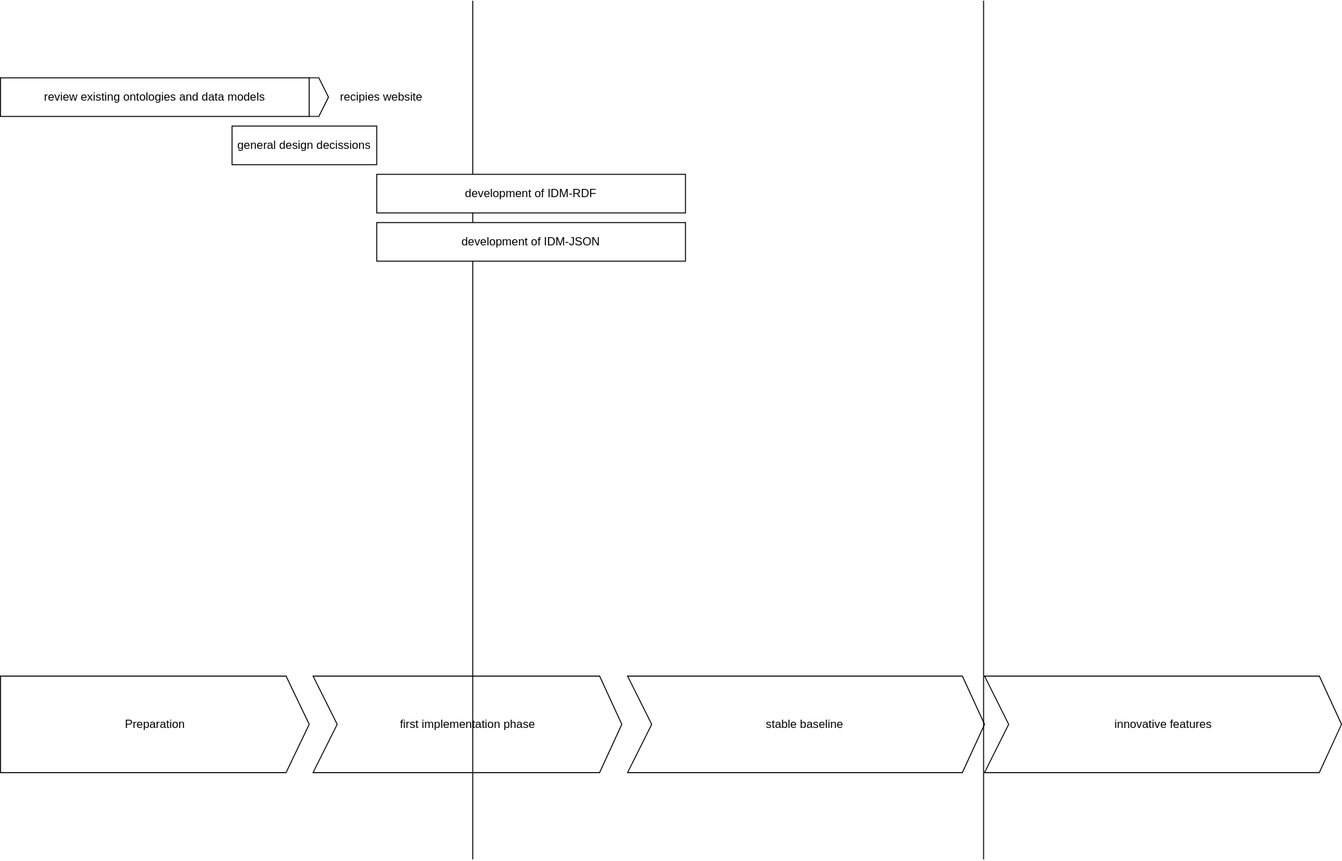
sennierer/intavia-review-meeting-2022 keeps this draw.io diagram as images/wp3_timeline.drawio.svg. Above is the earlier version. Source tidied: cells renumbered, new cells last; positions are measured from the earlier drawing's top-left corner, leaving out a move shared by most shapes. Source of this version:
```xml
<mxGraphModel>
  <root>
    <mxCell id="0" />
    <mxCell id="1" parent="0" />
    <mxCell id="2" value="Preparation" style="html=1;shadow=0;dashed=0;align=center;verticalAlign=middle;shape=mxgraph.arrows2.arrow;dy=0;dx=24;notch=0;" parent="1" vertex="1">
      <mxGeometry y="700" width="320" height="100" as="geometry" />
    </mxCell>
    <mxCell id="3" value="first implementation phase" style="html=1;shadow=0;dashed=0;align=center;verticalAlign=middle;shape=mxgraph.arrows2.arrow;dy=0;dx=23;notch=25;" parent="1" vertex="1">
      <mxGeometry x="324" y="700" width="320" height="100" as="geometry" />
    </mxCell>
    <mxCell id="4" value="stable baseline&lt;span style=&quot;color: rgba(0 , 0 , 0 , 0) ; font-family: monospace ; font-size: 0px&quot;&gt;%3CmxGraphModel%3E%3Croot%3E%3CmxCell%20id%3D%220%22%2F%3E%3CmxCell%20id%3D%221%22%20parent%3D%220%22%2F%3E%3CmxCell%20id%3D%222%22%20value%3D%22%22%20style%3D%22html%3D1%3Bshadow%3D0%3Bdashed%3D0%3Balign%3Dcenter%3BverticalAlign%3Dmiddle%3Bshape%3Dmxgraph.arrows2.arrow%3Bdy%3D0%3Bdx%3D23%3Bnotch%3D25%3B%22%20vertex%3D%221%22%20parent%3D%221%22%3E%3CmxGeometry%20x%3D%22370%22%20y%3D%22700%22%20width%3D%22180%22%20height%3D%22100%22%20as%3D%22geometry%22%2F%3E%3C%2FmxCell%3E%3C%2Froot%3E%3C%2FmxGraphModel%3E&lt;/span&gt;" style="html=1;shadow=0;dashed=0;align=center;verticalAlign=middle;shape=mxgraph.arrows2.arrow;dy=0;dx=23;notch=25;" parent="1" vertex="1">
      <mxGeometry x="650" y="700" width="370" height="100" as="geometry" />
    </mxCell>
    <mxCell id="5" value="innovative features" style="html=1;shadow=0;dashed=0;align=center;verticalAlign=middle;shape=mxgraph.arrows2.arrow;dy=0;dx=23;notch=25;" parent="1" vertex="1">
      <mxGeometry x="1020" y="700" width="370" height="100" as="geometry" />
    </mxCell>
    <mxCell id="6" style="endArrow=none;html=1;" parent="1" edge="1">
      <mxGeometry relative="1" as="geometry">
        <mxPoint x="489.5" y="890" as="sourcePoint" />
        <mxPoint x="489.5" as="targetPoint" />
      </mxGeometry>
    </mxCell>
    <mxCell id="7" style="endArrow=none;html=1;" parent="1" edge="1">
      <mxGeometry relative="1" as="geometry">
        <mxPoint x="1019" y="890" as="sourcePoint" />
        <mxPoint x="1019" as="targetPoint" />
      </mxGeometry>
    </mxCell>
    <mxCell id="8" value="review existing ontologies and data models" style="rounded=0;whiteSpace=wrap;html=1;" parent="1" vertex="1">
      <mxGeometry y="80" width="320" height="40" as="geometry" />
    </mxCell>
    <mxCell id="9" value="general design decissions" style="rounded=0;whiteSpace=wrap;html=1;" parent="1" vertex="1">
      <mxGeometry x="240" y="130" width="150" height="40" as="geometry" />
    </mxCell>
    <mxCell id="10" value="development of IDM-RDF" style="rounded=0;whiteSpace=wrap;html=1;" parent="1" vertex="1">
      <mxGeometry x="390" y="180" width="320" height="40" as="geometry" />
    </mxCell>
    <mxCell id="11" value="development of IDM-JSON" style="rounded=0;whiteSpace=wrap;html=1;" parent="1" vertex="1">
      <mxGeometry x="390" y="230" width="320" height="40" as="geometry" />
    </mxCell>
    <mxCell id="12" style="html=1;shadow=0;dashed=0;align=center;verticalAlign=middle;shape=mxgraph.arrows2.arrow;dy=0;dx=10;notch=0;" parent="1" vertex="1">
      <mxGeometry x="320" y="80" width="20" height="40" as="geometry" />
    </mxCell>
    <mxCell id="13" value="recipies website" style="text;html=1;strokeColor=none;fillColor=none;align=center;verticalAlign=middle;whiteSpace=wrap;rounded=0;" parent="1" vertex="1">
      <mxGeometry x="340" y="85" width="110" height="30" as="geometry" />
    </mxCell>
  </root>
</mxGraphModel>
```
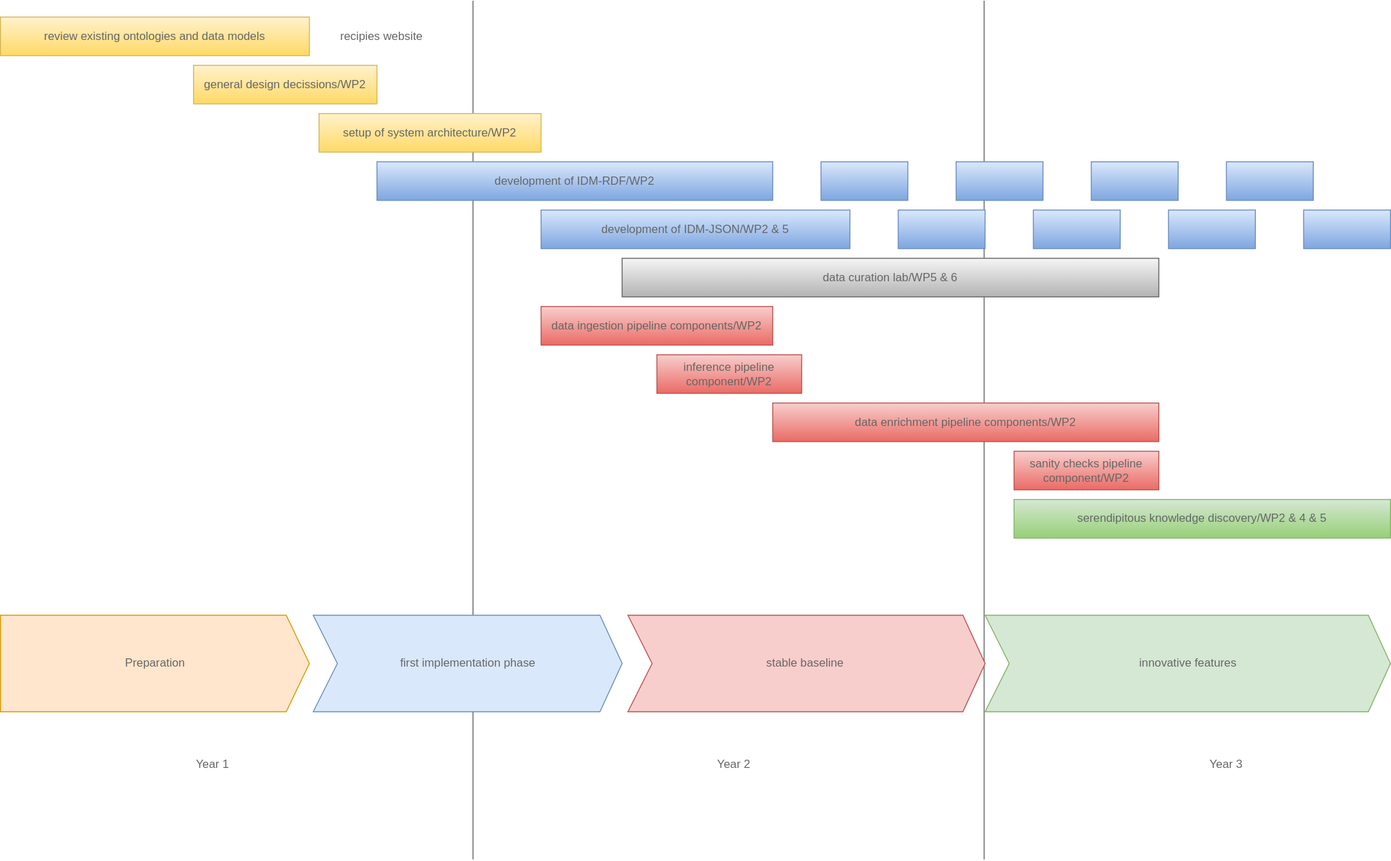
The same diagram one commit later.

Commit message:
added a gantt chart

Diff of the diagram source:
```diff
@@ -2,47 +2,98 @@
   <root>
     <mxCell id="0" />
     <mxCell id="1" parent="0" />
+    <mxCell id="6" style="endArrow=none;html=1;strokeColor=#666666;" parent="1" edge="1">
+      <mxGeometry relative="1" as="geometry">
+        <mxPoint x="489.5" y="953" as="sourcePoint" />
+        <mxPoint x="489.5" y="63" as="targetPoint" />
+      </mxGeometry>
+    </mxCell>
+    <mxCell id="7" style="endArrow=none;html=1;strokeColor=#666666;" parent="1" edge="1">
+      <mxGeometry relative="1" as="geometry">
+        <mxPoint x="1019" y="953" as="sourcePoint" />
+        <mxPoint x="1019" y="63" as="targetPoint" />
+      </mxGeometry>
+    </mxCell>
-    <mxCell id="2" value="Preparation" style="html=1;shadow=0;dashed=0;align=center;verticalAlign=middle;shape=mxgraph.arrows2.arrow;dy=0;dx=24;notch=0;" parent="1" vertex="1">
+    <mxCell id="2" value="Preparation" style="html=1;shadow=0;dashed=0;align=center;verticalAlign=middle;shape=mxgraph.arrows2.arrow;dy=0;dx=24;notch=0;fillColor=#ffe6cc;strokeColor=#d79b00;fontColor=#666666;" parent="1" vertex="1">
       <mxGeometry y="700" width="320" height="100" as="geometry" />
     </mxCell>
-    <mxCell id="3" value="first implementation phase" style="html=1;shadow=0;dashed=0;align=center;verticalAlign=middle;shape=mxgraph.arrows2.arrow;dy=0;dx=23;notch=25;" parent="1" vertex="1">
+    <mxCell id="3" value="first implementation phase" style="html=1;shadow=0;dashed=0;align=center;verticalAlign=middle;shape=mxgraph.arrows2.arrow;dy=0;dx=23;notch=25;fillColor=#dae8fc;strokeColor=#6c8ebf;fontColor=#666666;" parent="1" vertex="1">
       <mxGeometry x="324" y="700" width="320" height="100" as="geometry" />
     </mxCell>
-    <mxCell id="4" value="stable baseline&lt;span style=&quot;color: rgba(0 , 0 , 0 , 0) ; font-family: monospace ; font-size: 0px&quot;&gt;%3CmxGraphModel%3E%3Croot%3E%3CmxCell%20id%3D%220%22%2F%3E%3CmxCell%20id%3D%221%22%20parent%3D%220%22%2F%3E%3CmxCell%20id%3D%222%22%20value%3D%22%22%20style%3D%22html%3D1%3Bshadow%3D0%3Bdashed%3D0%3Balign%3Dcenter%3BverticalAlign%3Dmiddle%3Bshape%3Dmxgraph.arrows2.arrow%3Bdy%3D0%3Bdx%3D23%3Bnotch%3D25%3B%22%20vertex%3D%221%22%20parent%3D%221%22%3E%3CmxGeometry%20x%3D%22370%22%20y%3D%22700%22%20width%3D%22180%22%20height%3D%22100%22%20as%3D%22geometry%22%2F%3E%3C%2FmxCell%3E%3C%2Froot%3E%3C%2FmxGraphModel%3E&lt;/span&gt;" style="html=1;shadow=0;dashed=0;align=center;verticalAlign=middle;shape=mxgraph.arrows2.arrow;dy=0;dx=23;notch=25;" parent="1" vertex="1">
+    <mxCell id="4" value="stable baseline&lt;span style=&quot;font-family: monospace; font-size: 0px;&quot;&gt;%3CmxGraphModel%3E%3Croot%3E%3CmxCell%20id%3D%220%22%2F%3E%3CmxCell%20id%3D%221%22%20parent%3D%220%22%2F%3E%3CmxCell%20id%3D%222%22%20value%3D%22%22%20style%3D%22html%3D1%3Bshadow%3D0%3Bdashed%3D0%3Balign%3Dcenter%3BverticalAlign%3Dmiddle%3Bshape%3Dmxgraph.arrows2.arrow%3Bdy%3D0%3Bdx%3D23%3Bnotch%3D25%3B%22%20vertex%3D%221%22%20parent%3D%221%22%3E%3CmxGeometry%20x%3D%22370%22%20y%3D%22700%22%20width%3D%22180%22%20height%3D%22100%22%20as%3D%22geometry%22%2F%3E%3C%2FmxCell%3E%3C%2Froot%3E%3C%2FmxGraphModel%3E&lt;/span&gt;" style="html=1;shadow=0;dashed=0;align=center;verticalAlign=middle;shape=mxgraph.arrows2.arrow;dy=0;dx=23;notch=25;fillColor=#f8cecc;strokeColor=#b85450;fontColor=#666666;" parent="1" vertex="1">
       <mxGeometry x="650" y="700" width="370" height="100" as="geometry" />
     </mxCell>
-    <mxCell id="5" value="innovative features" style="html=1;shadow=0;dashed=0;align=center;verticalAlign=middle;shape=mxgraph.arrows2.arrow;dy=0;dx=23;notch=25;" parent="1" vertex="1">
-      <mxGeometry x="1020" y="700" width="370" height="100" as="geometry" />
+    <mxCell id="5" value="innovative features" style="html=1;shadow=0;dashed=0;align=center;verticalAlign=middle;shape=mxgraph.arrows2.arrow;dy=0;dx=23;notch=25;fillColor=#d5e8d4;strokeColor=#82b366;fontColor=#666666;" parent="1" vertex="1">
+      <mxGeometry x="1020" y="700" width="420" height="100" as="geometry" />
     </mxCell>
-    <mxCell id="6" style="endArrow=none;html=1;" parent="1" edge="1">
-      <mxGeometry relative="1" as="geometry">
-        <mxPoint x="489.5" y="890" as="sourcePoint" />
-        <mxPoint x="489.5" as="targetPoint" />
-      </mxGeometry>
-    </mxCell>
-    <mxCell id="7" style="endArrow=none;html=1;" parent="1" edge="1">
-      <mxGeometry relative="1" as="geometry">
-        <mxPoint x="1019" y="890" as="sourcePoint" />
-        <mxPoint x="1019" as="targetPoint" />
-      </mxGeometry>
-    </mxCell>
-    <mxCell id="8" value="review existing ontologies and data models" style="rounded=0;whiteSpace=wrap;html=1;" parent="1" vertex="1">
+    <mxCell id="8" value="review existing ontologies and data models" style="rounded=0;whiteSpace=wrap;html=1;fillColor=#fff2cc;gradientColor=#ffd966;strokeColor=#d6b656;fontColor=#666666;" parent="1" vertex="1">
       <mxGeometry y="80" width="320" height="40" as="geometry" />
     </mxCell>
-    <mxCell id="9" value="general design decissions" style="rounded=0;whiteSpace=wrap;html=1;" parent="1" vertex="1">
-      <mxGeometry x="240" y="130" width="150" height="40" as="geometry" />
+    <mxCell id="9" value="general design decissions/WP2" style="rounded=0;whiteSpace=wrap;html=1;fillColor=#fff2cc;gradientColor=#ffd966;strokeColor=#d6b656;fontColor=#666666;" parent="1" vertex="1">
+      <mxGeometry x="200" y="130" width="190" height="40" as="geometry" />
     </mxCell>
-    <mxCell id="10" value="development of IDM-RDF" style="rounded=0;whiteSpace=wrap;html=1;" parent="1" vertex="1">
-      <mxGeometry x="390" y="180" width="320" height="40" as="geometry" />
+    <mxCell id="10" value="development of IDM-RDF/WP2" style="rounded=0;whiteSpace=wrap;html=1;fillColor=#dae8fc;gradientColor=#7ea6e0;strokeColor=#6c8ebf;fontColor=#666666;" parent="1" vertex="1">
+      <mxGeometry x="390" y="230" width="410" height="40" as="geometry" />
     </mxCell>
-    <mxCell id="11" value="development of IDM-JSON" style="rounded=0;whiteSpace=wrap;html=1;" parent="1" vertex="1">
-      <mxGeometry x="390" y="230" width="320" height="40" as="geometry" />
+    <mxCell id="11" value="development of IDM-JSON/WP2 &amp;amp; 5" style="rounded=0;whiteSpace=wrap;html=1;fillColor=#dae8fc;gradientColor=#7ea6e0;strokeColor=#6c8ebf;fontColor=#666666;" parent="1" vertex="1">
+      <mxGeometry x="560" y="280" width="320" height="40" as="geometry" />
     </mxCell>
-    <mxCell id="12" style="html=1;shadow=0;dashed=0;align=center;verticalAlign=middle;shape=mxgraph.arrows2.arrow;dy=0;dx=10;notch=0;" parent="1" vertex="1">
-      <mxGeometry x="320" y="80" width="20" height="40" as="geometry" />
-    </mxCell>
-    <mxCell id="13" value="recipies website" style="text;html=1;strokeColor=none;fillColor=none;align=center;verticalAlign=middle;whiteSpace=wrap;rounded=0;" parent="1" vertex="1">
+    <mxCell id="13" value="recipies website" style="text;html=1;strokeColor=none;fillColor=none;align=center;verticalAlign=middle;whiteSpace=wrap;rounded=0;fontColor=#666666;" parent="1" vertex="1">
       <mxGeometry x="340" y="85" width="110" height="30" as="geometry" />
     </mxCell>
+    <mxCell id="14" value="setup of system architecture/WP2" style="rounded=0;whiteSpace=wrap;html=1;fillColor=#fff2cc;gradientColor=#ffd966;strokeColor=#d6b656;fontColor=#666666;" parent="1" vertex="1">
+      <mxGeometry x="330" y="180" width="230" height="40" as="geometry" />
+    </mxCell>
+    <mxCell id="15" style="rounded=0;whiteSpace=wrap;html=1;fillColor=#dae8fc;gradientColor=#7ea6e0;strokeColor=#6c8ebf;fontColor=#666666;" parent="1" vertex="1">
+      <mxGeometry x="850" y="230" width="90" height="40" as="geometry" />
+    </mxCell>
+    <mxCell id="16" style="rounded=0;whiteSpace=wrap;html=1;fillColor=#dae8fc;gradientColor=#7ea6e0;strokeColor=#6c8ebf;fontColor=#666666;" parent="1" vertex="1">
+      <mxGeometry x="990" y="230" width="90" height="40" as="geometry" />
+    </mxCell>
+    <mxCell id="17" style="rounded=0;whiteSpace=wrap;html=1;fillColor=#dae8fc;gradientColor=#7ea6e0;strokeColor=#6c8ebf;fontColor=#666666;" parent="1" vertex="1">
+      <mxGeometry x="1130" y="230" width="90" height="40" as="geometry" />
+    </mxCell>
+    <mxCell id="18" style="rounded=0;whiteSpace=wrap;html=1;fillColor=#dae8fc;gradientColor=#7ea6e0;strokeColor=#6c8ebf;fontColor=#666666;" parent="1" vertex="1">
+      <mxGeometry x="1270" y="230" width="90" height="40" as="geometry" />
+    </mxCell>
+    <mxCell id="19" style="rounded=0;whiteSpace=wrap;html=1;fillColor=#dae8fc;gradientColor=#7ea6e0;strokeColor=#6c8ebf;fontColor=#666666;" parent="1" vertex="1">
+      <mxGeometry x="930" y="280" width="90" height="40" as="geometry" />
+    </mxCell>
+    <mxCell id="20" style="rounded=0;whiteSpace=wrap;html=1;fillColor=#dae8fc;gradientColor=#7ea6e0;strokeColor=#6c8ebf;fontColor=#666666;" parent="1" vertex="1">
+      <mxGeometry x="1070" y="280" width="90" height="40" as="geometry" />
+    </mxCell>
+    <mxCell id="21" style="rounded=0;whiteSpace=wrap;html=1;fillColor=#dae8fc;gradientColor=#7ea6e0;strokeColor=#6c8ebf;fontColor=#666666;" parent="1" vertex="1">
+      <mxGeometry x="1210" y="280" width="90" height="40" as="geometry" />
+    </mxCell>
+    <mxCell id="22" style="rounded=0;whiteSpace=wrap;html=1;fillColor=#dae8fc;gradientColor=#7ea6e0;strokeColor=#6c8ebf;fontColor=#666666;" parent="1" vertex="1">
+      <mxGeometry x="1350" y="280" width="90" height="40" as="geometry" />
+    </mxCell>
+    <mxCell id="23" value="data curation lab/WP5 &amp;amp; 6" style="rounded=0;whiteSpace=wrap;html=1;fillColor=#f5f5f5;gradientColor=#b3b3b3;strokeColor=#666666;fontColor=#666666;" parent="1" vertex="1">
+      <mxGeometry x="644" y="330" width="556" height="40" as="geometry" />
+    </mxCell>
+    <mxCell id="24" value="data ingestion pipeline components/WP2" style="rounded=0;whiteSpace=wrap;html=1;fillColor=#f8cecc;gradientColor=#ea6b66;strokeColor=#b85450;fontColor=#666666;" parent="1" vertex="1">
+      <mxGeometry x="560" y="380" width="240" height="40" as="geometry" />
+    </mxCell>
+    <mxCell id="25" value="inference pipeline component/WP2" style="rounded=0;whiteSpace=wrap;html=1;fillColor=#f8cecc;gradientColor=#ea6b66;strokeColor=#b85450;fontColor=#666666;" parent="1" vertex="1">
+      <mxGeometry x="680" y="430" width="150" height="40" as="geometry" />
+    </mxCell>
+    <mxCell id="26" value="data enrichment pipeline components/WP2" style="rounded=0;whiteSpace=wrap;html=1;fillColor=#f8cecc;gradientColor=#ea6b66;strokeColor=#b85450;fontColor=#666666;" parent="1" vertex="1">
+      <mxGeometry x="800" y="480" width="400" height="40" as="geometry" />
+    </mxCell>
+    <mxCell id="27" value="sanity checks pipeline component/WP2" style="rounded=0;whiteSpace=wrap;html=1;fillColor=#f8cecc;gradientColor=#ea6b66;strokeColor=#b85450;fontColor=#666666;" parent="1" vertex="1">
+      <mxGeometry x="1050" y="530" width="150" height="40" as="geometry" />
+    </mxCell>
+    <mxCell id="28" value="serendipitous knowledge discovery/WP2 &amp;amp; 4 &amp;amp; 5&amp;nbsp;" style="rounded=0;whiteSpace=wrap;html=1;fillColor=#d5e8d4;gradientColor=#97d077;strokeColor=#82b366;fontColor=#666666;" parent="1" vertex="1">
+      <mxGeometry x="1050" y="580" width="390" height="40" as="geometry" />
+    </mxCell>
+    <mxCell id="29" value="Year 1" style="text;html=1;strokeColor=none;fillColor=none;align=center;verticalAlign=middle;whiteSpace=wrap;rounded=0;fontColor=#666666;" parent="1" vertex="1">
+      <mxGeometry x="190" y="840" width="60" height="30" as="geometry" />
+    </mxCell>
+    <mxCell id="30" value="Year 2" style="text;html=1;strokeColor=none;fillColor=none;align=center;verticalAlign=middle;whiteSpace=wrap;rounded=0;fontColor=#666666;" parent="1" vertex="1">
+      <mxGeometry x="730" y="840" width="60" height="30" as="geometry" />
+    </mxCell>
+    <mxCell id="31" value="Year 3" style="text;html=1;strokeColor=none;fillColor=none;align=center;verticalAlign=middle;whiteSpace=wrap;rounded=0;fontColor=#666666;" parent="1" vertex="1">
+      <mxGeometry x="1240" y="840" width="60" height="30" as="geometry" />
+    </mxCell>
   </root>
 </mxGraphModel>
```
